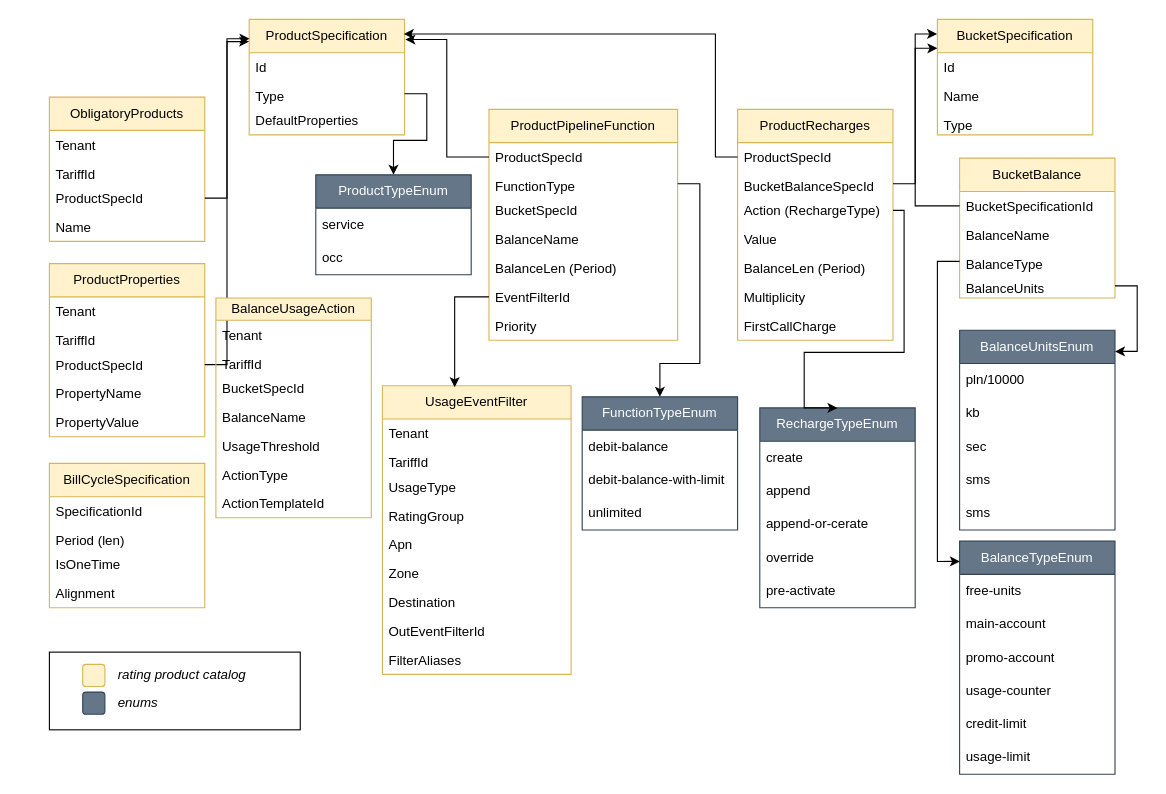
Earlier version of the draw.io diagram ratemind/ratingProductCatalog.drawio (arturd2/diagrams). Source tidied: cells renumbered, new cells numbered last; positions are measured from the earlier drawing's top-left corner, leaving out a move shared by most shapes. Both pictures are drawn from the tidied source at 111%, with x=0, y=0 at pixel (49, 19).
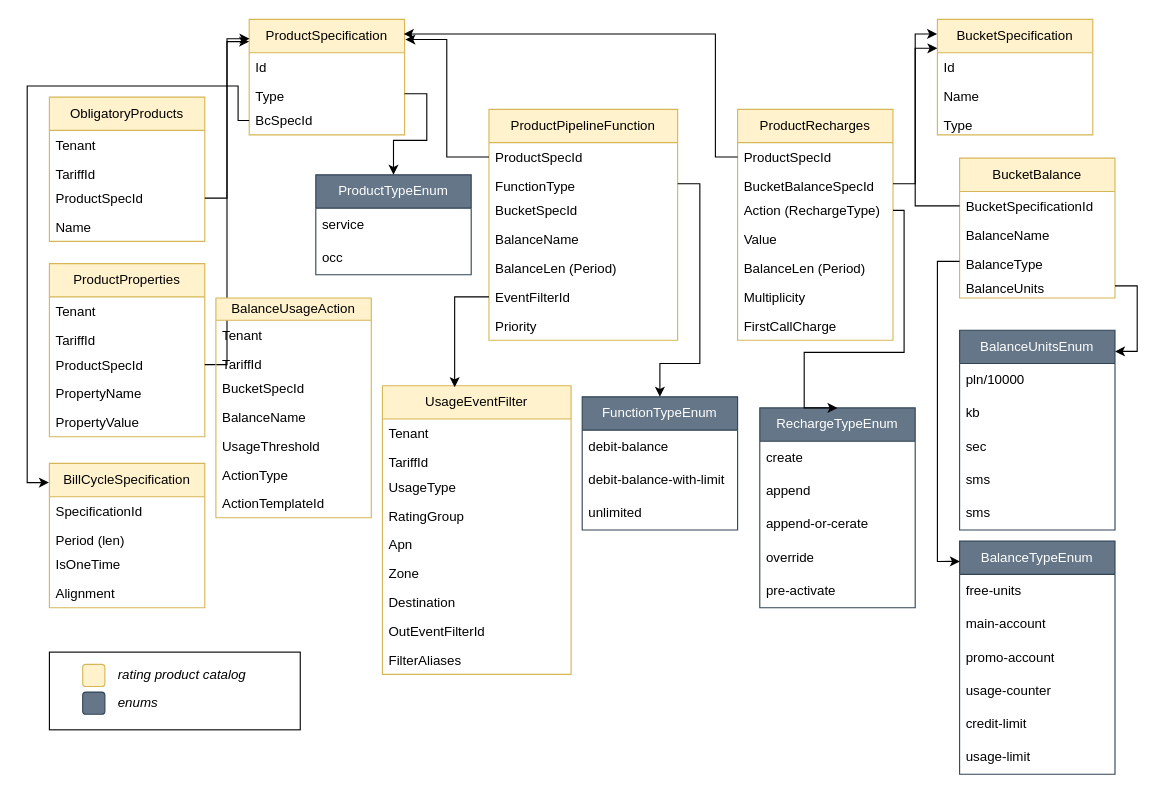
The same diagram, later.

Unchanged cells that the change refers to:
```xml
<mxCell id="2" value="ProductSpecification" style="swimlane;fontStyle=0;horizontal=1;startSize=30;whiteSpace=wrap;html=1;fillColor=#fff2cc;strokeColor=#d6b656;" parent="1" vertex="1">
  <mxGeometry x="180" width="140" height="104" as="geometry" />
</mxCell>
<mxCell id="15" value="BillCycleSpecification" style="swimlane;fontStyle=0;horizontal=1;startSize=30;whiteSpace=wrap;html=1;fillColor=#fff2cc;strokeColor=#d6b656;" parent="1" vertex="1">
  <mxGeometry y="400" width="140" height="130" as="geometry" />
</mxCell>
```

Change to the diagram source:
```diff
@@
-    <mxCell id="5" value="DefaultProperties" style="text;align=left;verticalAlign=top;spacingLeft=4;spacingRight=4;overflow=hidden;points=[[0,0.5],[1,0.5]];portConstraint=eastwest;rounded=0;shadow=0;html=0;" parent="2" vertex="1">
+    <mxCell id="5" value="BcSpecId" style="text;align=left;verticalAlign=top;spacingLeft=4;spacingRight=4;overflow=hidden;points=[[0,0.5],[1,0.5]];portConstraint=eastwest;rounded=0;shadow=0;html=0;" parent="2" vertex="1">
       <mxGeometry y="78" width="140" height="26" as="geometry" />
     </mxCell>
@@
+    <mxCell id="108" style="edgeStyle=orthogonalEdgeStyle;rounded=0;jettySize=auto;html=1;exitX=0;exitY=0.5;exitDx=0;exitDy=0;entryX=-0.003;entryY=0.133;entryDx=0;entryDy=0;entryPerimeter=0;" parent="1" edge="1" source="5" target="15">
+      <mxGeometry relative="1" as="geometry">
+        <Array as="points">
+          <mxPoint x="170" y="91" />
+          <mxPoint x="170" y="60" />
+          <mxPoint x="-20" y="60" />
+          <mxPoint x="-20" y="417" />
+        </Array>
+      </mxGeometry>
+    </mxCell>
```
